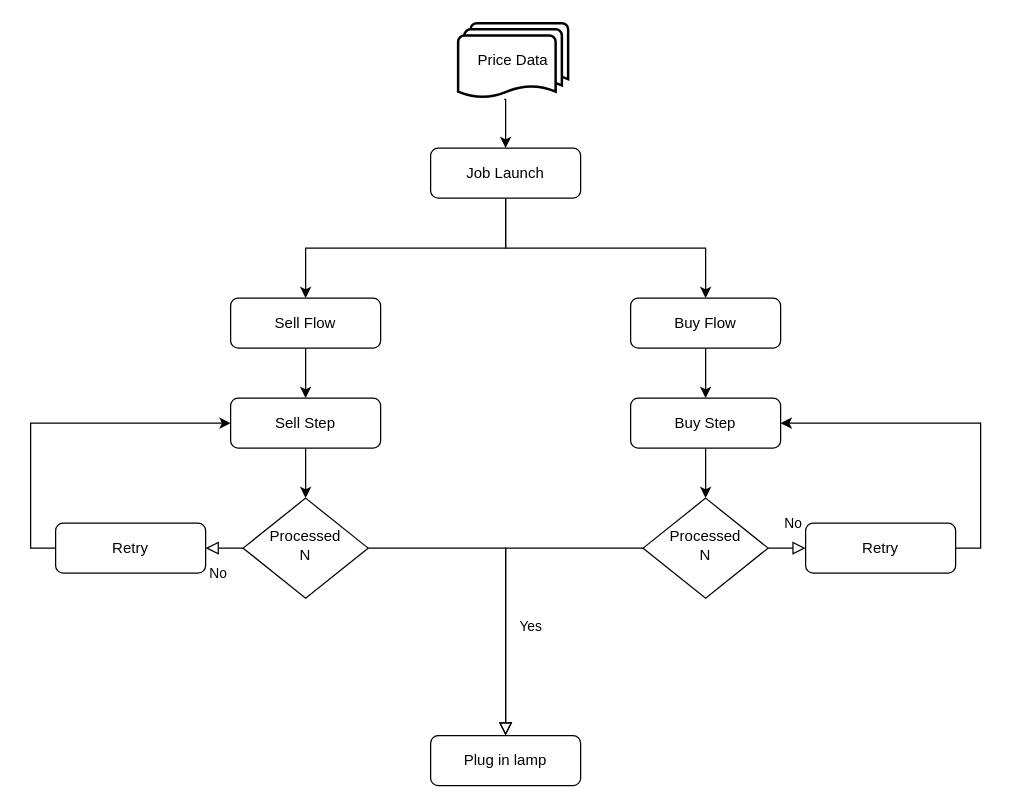
Above: document/Reserved Transaction Batch Flow.drawio in O0oO0Oo/Bitcoin-Simulated-Investment-BE (draw.io), before the change. Source tidied: cells renumbered, new cells numbered last; positions are measured from the earlier drawing's top-left corner, leaving out a move shared by most shapes. Both pictures are drawn from the tidied source at 125%, with x=0, y=0 at pixel (55, 22).
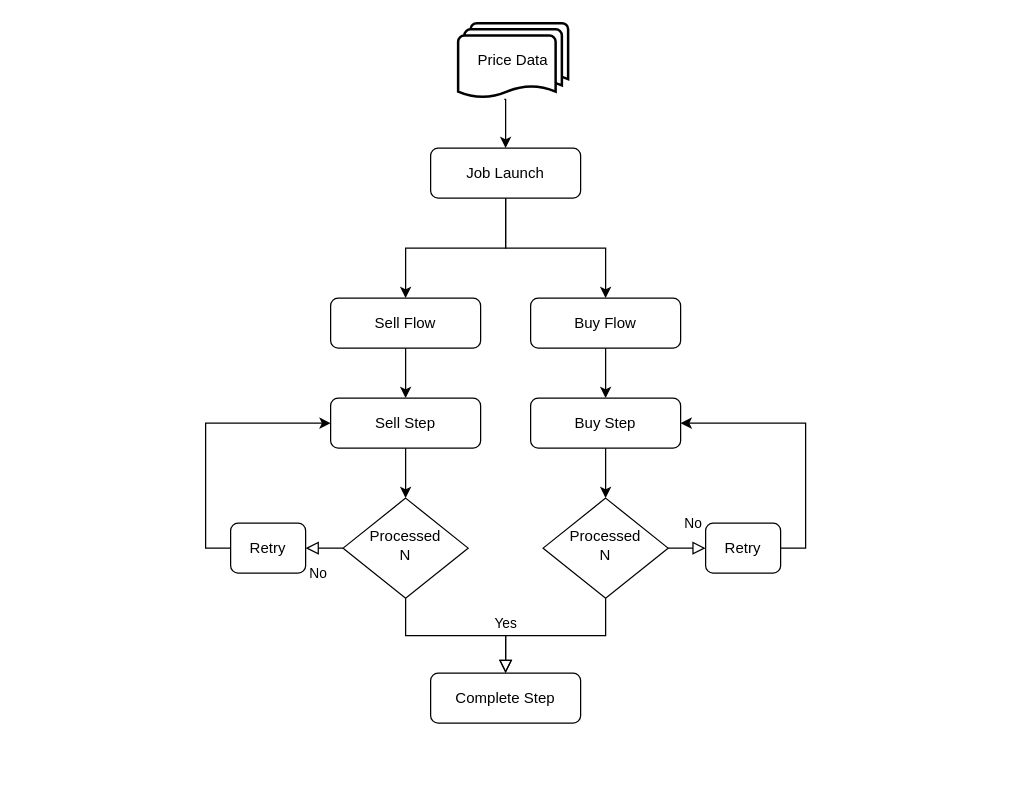
After the change.

Diff of the diagram source:
```diff
@@
     <mxCell id="3" value="Processed&lt;br&gt;N" style="rhombus;whiteSpace=wrap;html=1;shadow=0;fontFamily=Helvetica;fontSize=12;align=center;strokeWidth=1;spacing=6;spacingTop=-4;" parent="1" vertex="1">
-      <mxGeometry x="150" y="380" width="100" height="80" as="geometry" />
+      <mxGeometry x="230" y="380" width="100" height="80" as="geometry" />
     </mxCell>
-    <mxCell id="4" value="Plug in lamp" style="rounded=1;whiteSpace=wrap;html=1;fontSize=12;glass=0;strokeWidth=1;shadow=0;" parent="1" vertex="1">
-      <mxGeometry x="300" y="570" width="120" height="40" as="geometry" />
+    <mxCell id="4" value="Complete Step" style="rounded=1;whiteSpace=wrap;html=1;fontSize=12;glass=0;strokeWidth=1;shadow=0;" parent="1" vertex="1">
+      <mxGeometry x="300" y="520" width="120" height="40" as="geometry" />
     </mxCell>
     <mxCell id="5" value="Yes" style="rounded=0;html=1;jettySize=auto;fontSize=11;endArrow=block;endFill=0;endSize=8;strokeWidth=1;shadow=0;labelBackgroundColor=none;edgeStyle=orthogonalEdgeStyle;entryX=0.5;entryY=0;entryDx=0;entryDy=0;" parent="1" edge="1" source="6" target="4">
-      <mxGeometry x="0.33" y="20" relative="1" as="geometry" />
+      <mxGeometry x="0.57" y="-10" relative="1" as="geometry">
+        <mxPoint x="10" y="-10" as="offset" />
+      </mxGeometry>
     </mxCell>
     <mxCell id="6" value="Processed&lt;br style=&quot;border-color: var(--border-color);&quot;&gt;N" style="rhombus;whiteSpace=wrap;html=1;shadow=0;fontFamily=Helvetica;fontSize=12;align=center;strokeWidth=1;spacing=6;spacingTop=-4;" parent="1" vertex="1">
-      <mxGeometry x="470" y="380" width="100" height="80" as="geometry" />
+      <mxGeometry x="390" y="380" width="100" height="80" as="geometry" />
     </mxCell>
     <mxCell id="7" value="Retry" style="rounded=1;whiteSpace=wrap;html=1;fontSize=12;glass=0;strokeWidth=1;shadow=0;" parent="1" vertex="1">
-      <mxGeometry x="600" y="400" width="120" height="40" as="geometry" />
+      <mxGeometry x="520" y="400" width="60" height="40" as="geometry" />
     </mxCell>
@@
     <mxCell id="13" value="Sell Flow" style="rounded=1;whiteSpace=wrap;html=1;fontSize=12;glass=0;strokeWidth=1;shadow=0;" parent="1" vertex="1">
-      <mxGeometry x="140" y="220" width="120" height="40" as="geometry" />
+      <mxGeometry x="220" y="220" width="120" height="40" as="geometry" />
     </mxCell>
     <mxCell id="14" value="Buy Flow" style="rounded=1;whiteSpace=wrap;html=1;fontSize=12;glass=0;strokeWidth=1;shadow=0;" parent="1" vertex="1">
-      <mxGeometry x="460" y="220" width="120" height="40" as="geometry" />
+      <mxGeometry x="380" y="220" width="120" height="40" as="geometry" />
     </mxCell>
@@
     <mxCell id="17" value="Retry" style="rounded=1;whiteSpace=wrap;html=1;fontSize=12;glass=0;strokeWidth=1;shadow=0;" parent="1" vertex="1">
-      <mxGeometry y="400" width="120" height="40" as="geometry" />
+      <mxGeometry x="140" y="400" width="60" height="40" as="geometry" />
     </mxCell>
     <mxCell id="18" value="Buy Step" style="rounded=1;whiteSpace=wrap;html=1;fontSize=12;glass=0;strokeWidth=1;shadow=0;" parent="1" vertex="1">
-      <mxGeometry x="460" y="300" width="120" height="40" as="geometry" />
+      <mxGeometry x="380" y="300" width="120" height="40" as="geometry" />
     </mxCell>
@@
     <mxCell id="21" value="Sell Step" style="rounded=1;whiteSpace=wrap;html=1;fontSize=12;glass=0;strokeWidth=1;shadow=0;" parent="1" vertex="1">
-      <mxGeometry x="140" y="300" width="120" height="40" as="geometry" />
+      <mxGeometry x="220" y="300" width="120" height="40" as="geometry" />
     </mxCell>
```
